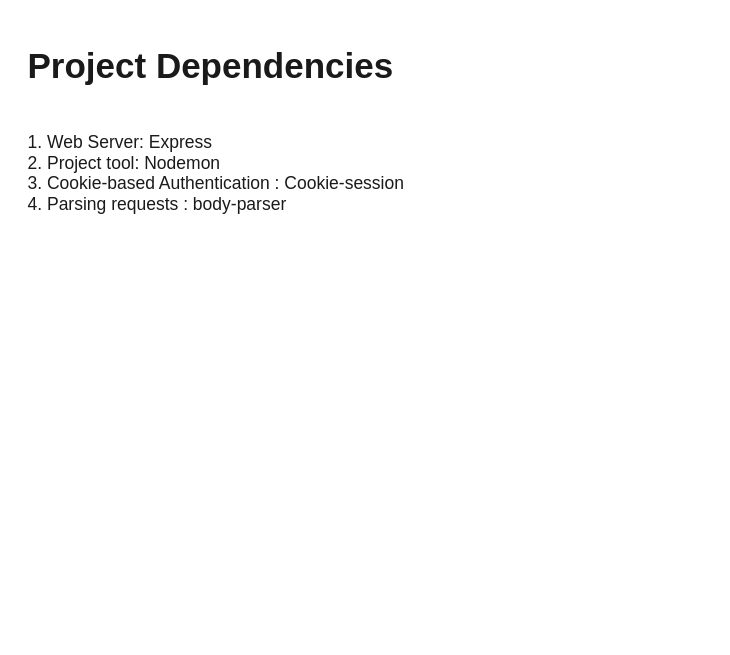
brianjburrow/draw.io keeps this draw.io diagram as page "Dependencies" (8 of 9) of fakeStrava/Untitled Diagram.drawio. Above is the earlier version. Source tidied: cells renumbered, new cells numbered last; positions are measured from the earlier drawing's top-left corner, leaving out a move shared by most shapes. Both pictures are drawn from the tidied source at 125%, with x=0, y=0 at pixel (21, 34).
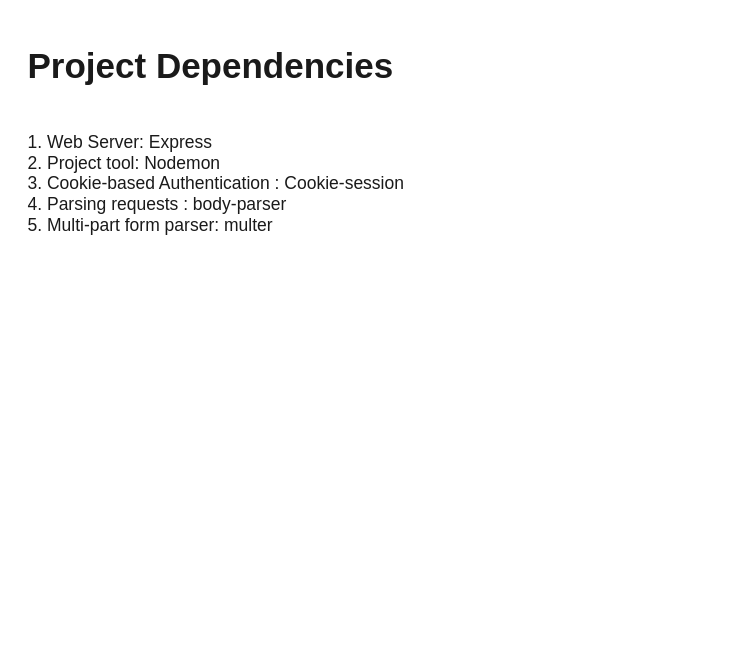
The same diagram, later.

What changed in the source:
```diff
@@
 <mxGraphModel>
   <root>
     <mxCell id="0" />
     <mxCell id="1" parent="0" />
-    <mxCell id="2" value="&lt;h1&gt;Project Dependencies&lt;/h1&gt;&lt;div&gt;&lt;br&gt;&lt;/div&gt;&lt;div&gt;1. Web Server: Express&lt;/div&gt;&lt;div&gt;2. Project tool: Nodemon&lt;/div&gt;&lt;div&gt;3. Cookie-based Authentication : Cookie-session&lt;/div&gt;&lt;div&gt;4. Parsing requests : body-parser&lt;/div&gt;" style="text;html=1;strokeColor=none;fillColor=none;spacing=5;spacingTop=-20;whiteSpace=wrap;overflow=hidden;rounded=0;fontSize=14;fontColor=#1A1A1A;" parent="1" vertex="1">
+    <mxCell id="2" value="&lt;h1&gt;Project Dependencies&lt;/h1&gt;&lt;div&gt;&lt;br&gt;&lt;/div&gt;&lt;div&gt;1. Web Server: Express&lt;/div&gt;&lt;div&gt;2. Project tool: Nodemon&lt;/div&gt;&lt;div&gt;3. Cookie-based Authentication : Cookie-session&lt;/div&gt;&lt;div&gt;4. Parsing requests : body-parser&lt;/div&gt;&lt;div&gt;5. Multi-part form parser: multer&lt;/div&gt;" style="text;html=1;strokeColor=none;fillColor=none;spacing=5;spacingTop=-20;whiteSpace=wrap;overflow=hidden;rounded=0;fontSize=14;fontColor=#1A1A1A;" parent="1" vertex="1">
       <mxGeometry width="550" height="480" as="geometry" />
     </mxCell>
   </root>
 </mxGraphModel>
```
